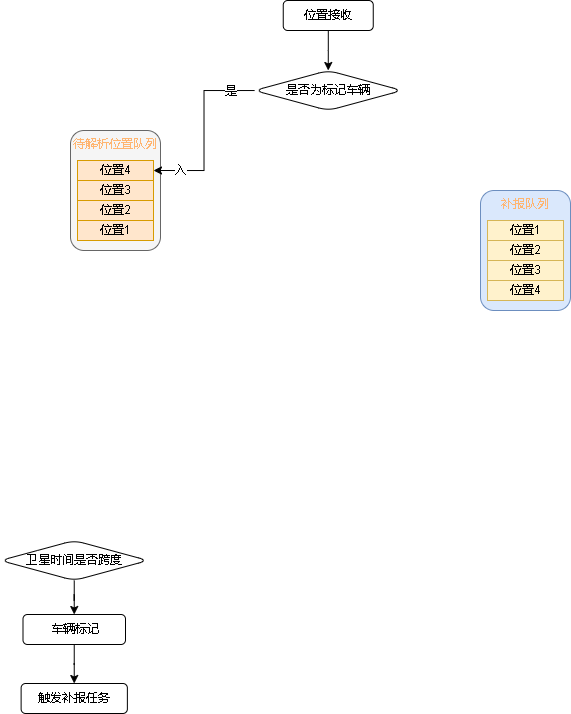
The draw.io diagram 809数据跨度.drawio.png in xktder/draw, before a commit. Source tidied: cells renumbered, new cells last; positions are measured from the earlier drawing's top-left corner, leaving out a move shared by most shapes.
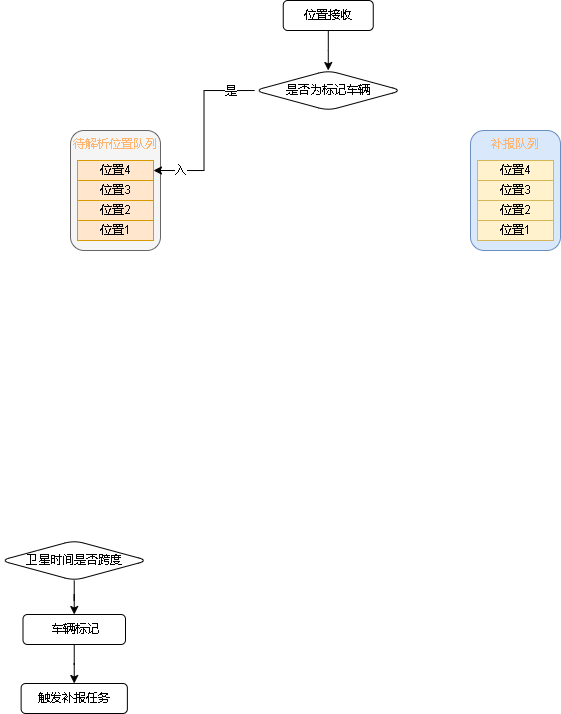
Later version of the same file.

Commit message:
更新809数据跨度.drawio.png

What changed in the source:
```diff
@@ -45,21 +45,21 @@
       <mxGeometry x="7" y="90" width="76" height="20" as="geometry" />
     </mxCell>
     <mxCell id="16" style="group;" parent="1" vertex="1">
-      <mxGeometry x="480" y="190" width="90" height="120" as="geometry" />
+      <mxGeometry x="470" y="130" width="90" height="120" as="geometry" />
     </mxCell>
     <mxCell id="17" value="&lt;font color=&quot;#ffb570&quot;&gt;补报队列&lt;/font&gt;" style="rounded=1;whiteSpace=wrap;html=1;verticalAlign=top;fillColor=#dae8fc;strokeColor=#6c8ebf;" parent="16" vertex="1">
       <mxGeometry width="90" height="120" as="geometry" />
     </mxCell>
-    <mxCell id="18" value="&lt;font color=&quot;#000000&quot;&gt;位置1&lt;/font&gt;" style="rounded=0;whiteSpace=wrap;html=1;fillColor=#fff2cc;strokeColor=#d6b656;" parent="16" vertex="1">
+    <mxCell id="18" value="&lt;font color=&quot;#000000&quot;&gt;位置4&lt;/font&gt;" style="rounded=0;whiteSpace=wrap;html=1;fillColor=#fff2cc;strokeColor=#d6b656;" parent="16" vertex="1">
       <mxGeometry x="7" y="30" width="76" height="20" as="geometry" />
     </mxCell>
-    <mxCell id="19" value="&lt;font color=&quot;#000000&quot;&gt;位置2&lt;/font&gt;" style="rounded=0;whiteSpace=wrap;html=1;fillColor=#fff2cc;strokeColor=#d6b656;" parent="16" vertex="1">
+    <mxCell id="19" value="&lt;font color=&quot;#000000&quot;&gt;位置3&lt;/font&gt;" style="rounded=0;whiteSpace=wrap;html=1;fillColor=#fff2cc;strokeColor=#d6b656;" parent="16" vertex="1">
       <mxGeometry x="7" y="50" width="76" height="20" as="geometry" />
     </mxCell>
-    <mxCell id="20" value="&lt;font color=&quot;#000000&quot;&gt;位置3&lt;/font&gt;" style="rounded=0;whiteSpace=wrap;html=1;fillColor=#fff2cc;strokeColor=#d6b656;" parent="16" vertex="1">
+    <mxCell id="20" value="&lt;font color=&quot;#000000&quot;&gt;位置2&lt;/font&gt;" style="rounded=0;whiteSpace=wrap;html=1;fillColor=#fff2cc;strokeColor=#d6b656;" parent="16" vertex="1">
       <mxGeometry x="7" y="70" width="76" height="20" as="geometry" />
     </mxCell>
-    <mxCell id="21" value="&lt;font color=&quot;#000000&quot;&gt;位置4&lt;/font&gt;" style="rounded=0;whiteSpace=wrap;html=1;fillColor=#fff2cc;strokeColor=#d6b656;" parent="16" vertex="1">
+    <mxCell id="21" value="&lt;font color=&quot;#000000&quot;&gt;位置1&lt;/font&gt;" style="rounded=0;whiteSpace=wrap;html=1;fillColor=#fff2cc;strokeColor=#d6b656;" parent="16" vertex="1">
       <mxGeometry x="7" y="90" width="76" height="20" as="geometry" />
     </mxCell>
     <mxCell id="22" style="edgeStyle=orthogonalEdgeStyle;rounded=0;jettySize=auto;html=1;fontColor=#000000;entryX=1;entryY=0.5;entryDx=0;entryDy=0;" parent="1" edge="1" source="9" target="12">
```
